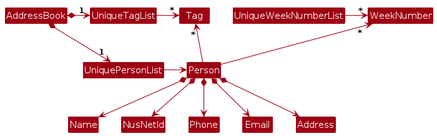
Above: diagrams/BetterModelClassDiagram.png in belligerentbeagle/tp (PlantUML), before the change. Its source is kept beside it as diagrams/BetterModelClassDiagram.puml.
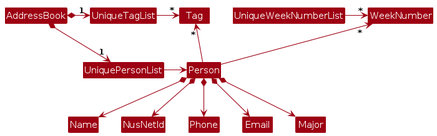
Above is the later version.

What changed in the source:
```diff
@@ -20,5 +20,5 @@
 Person *--> NusNetId
 Person *--> Phone
 Person *--> Email
-Person *--> Address
+Person *--> Major
 @enduml
```
